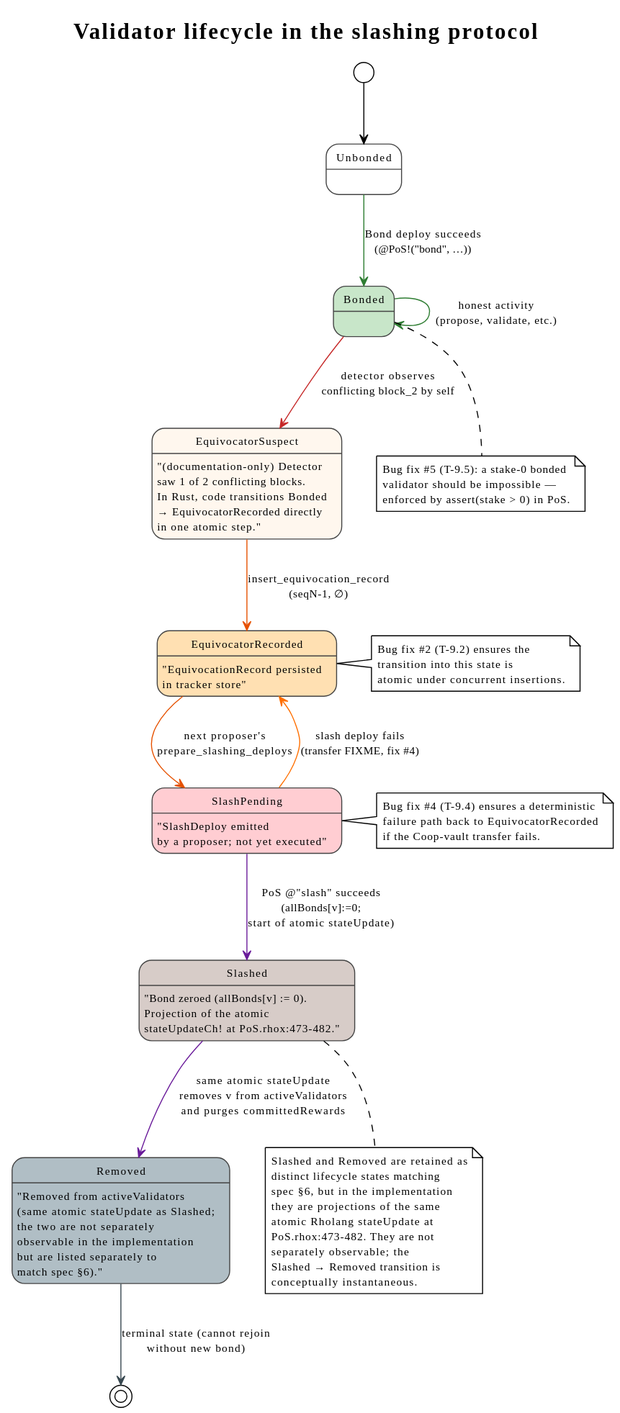
Before: docs/theory/slashing/diagrams/06-state-validator-lifecycle.svg, a diagram exported from PlantUML (F1R3FLY-io/f1r3node-rust).
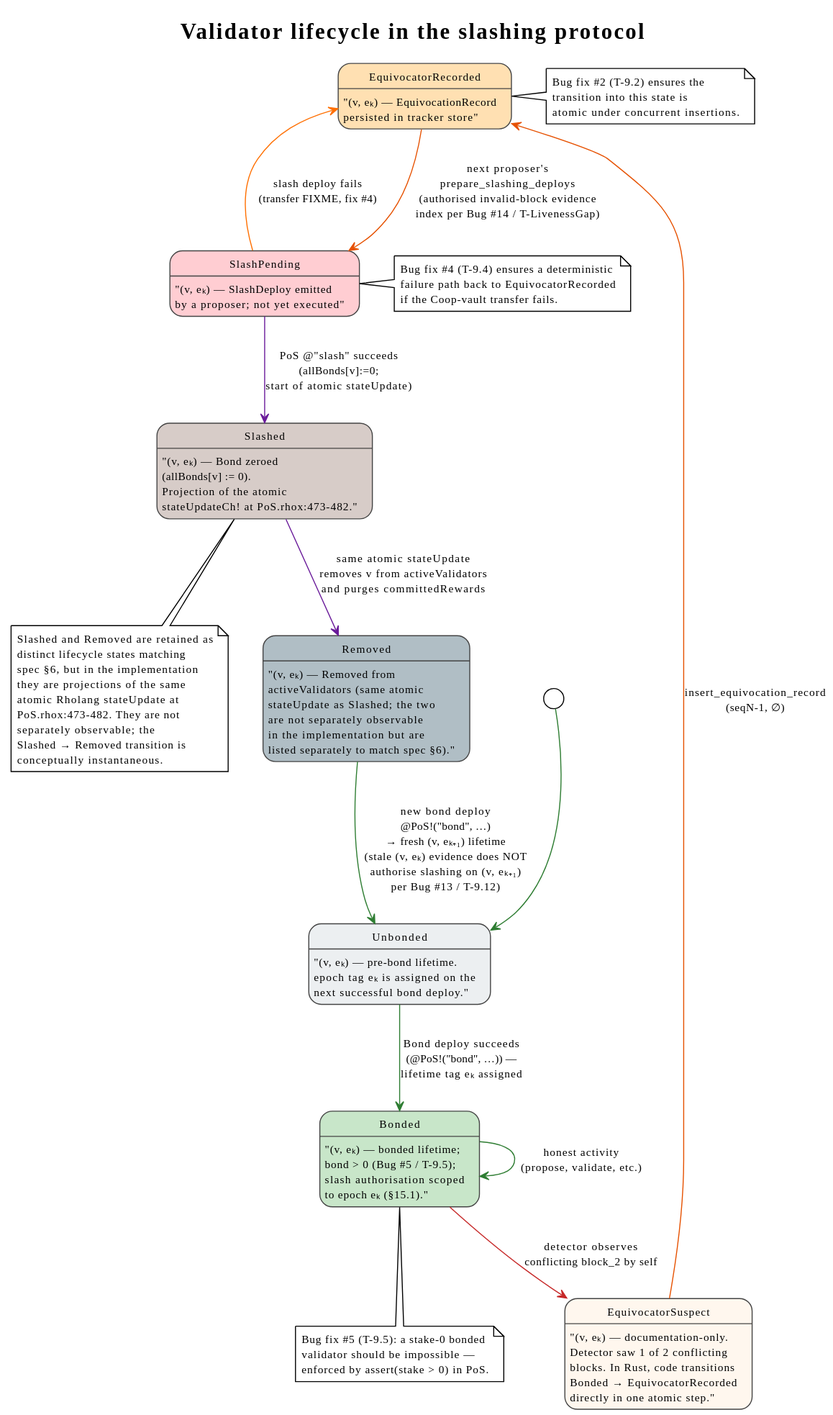
The same file after the commit.

The edit, as a diff of the source:
```diff
@@ -2,6 +2,7 @@
 !theme plain
 
 skinparam state {
+  BackgroundColor<<unbonded>>   #ECEFF1
   BackgroundColor<<bonded>>     #C8E6C9
   BackgroundColor<<suspect>>    #FFF7EE
   BackgroundColor<<recorded>>   #FFE0B2
@@ -16,29 +17,30 @@
 title Validator lifecycle in the slashing protocol
 
 
-[*] --> Unbonded
+[*] -[#2E7D32]-> Unbonded
 
-state Unbonded
-state Bonded            <<bonded>>
-state EquivocatorSuspect <<suspect>>    : "(documentation-only) Detector\nsaw 1 of 2 conflicting blocks.\nIn Rust, code transitions Bonded\n→ EquivocatorRecorded directly\nin one atomic step."
-state EquivocatorRecorded <<recorded>>  : "EquivocationRecord persisted\nin tracker store"
-state SlashPending      <<pending>>     : "SlashDeploy emitted\nby a proposer; not yet executed"
-state Slashed           <<slashed>>     : "Bond zeroed (allBonds[v] := 0).\nProjection of the atomic\nstateUpdateCh! at PoS.rhox:473-482."
-state Removed           <<removed>>     : "Removed from activeValidators\n(same atomic stateUpdate as Slashed;\nthe two are not separately\nobservable in the implementation\nbut are listed separately to\nmatch spec §6)."
+state Unbonded          <<unbonded>>    : "(v, eₖ) — pre-bond lifetime.\nepoch tag eₖ is assigned on the\nnext successful bond deploy."
+state Bonded            <<bonded>>      : "(v, eₖ) — bonded lifetime;\nbond > 0 (Bug #5 / T-9.5);\nslash authorisation scoped\nto epoch eₖ (§15.1)."
+state EquivocatorSuspect <<suspect>>    : "(v, eₖ) — documentation-only.\nDetector saw 1 of 2 conflicting\nblocks. In Rust, code transitions\nBonded → EquivocatorRecorded\ndirectly in one atomic step."
+state EquivocatorRecorded <<recorded>>  : "(v, eₖ) — EquivocationRecord\npersisted in tracker store"
+state SlashPending      <<pending>>     : "(v, eₖ) — SlashDeploy emitted\nby a proposer; not yet executed"
+state Slashed           <<slashed>>     : "(v, eₖ) — Bond zeroed\n(allBonds[v] := 0).\nProjection of the atomic\nstateUpdateCh! at PoS.rhox:473-482."
+state Removed           <<removed>>     : "(v, eₖ) — Removed from\nactiveValidators (same atomic\nstateUpdate as Slashed; the two\nare not separately observable\nin the implementation but are\nlisted separately to match spec §6)."
 
-Unbonded -[#2E7D32]-> Bonded : Bond deploy succeeds\n(@PoS!("bond", …))
-Bonded   -[#2E7D32]-> Bonded : honest activity\n(propose, validate, etc.)
+Unbonded -[#2E7D32]-> Bonded : Bond deploy succeeds\n(@PoS!("bond", …)) —\nlifetime tag eₖ assigned
+
+Bonded -[#2E7D32]-> Bonded : honest activity\n(propose, validate, etc.)
 
 Bonded            -[#C62828]-> EquivocatorSuspect : detector observes\nconflicting block_2 by self
 EquivocatorSuspect -[#E65100]-> EquivocatorRecorded : insert_equivocation_record\n(seqN-1, ∅)
 
-EquivocatorRecorded -[#E65100]-> SlashPending : next proposer's\nprepare_slashing_deploys
+EquivocatorRecorded -[#E65100]-> SlashPending : next proposer's\nprepare_slashing_deploys\n(authorised invalid-block evidence\nindex per Bug #14 / T-LivenessGap)
 
 SlashPending -[#6A1B9A]-> Slashed : PoS @"slash" succeeds\n(allBonds[v]:=0;\nstart of atomic stateUpdate)
 Slashed      -[#6A1B9A]-> Removed : same atomic stateUpdate\nremoves v from activeValidators\nand purges committedRewards
 SlashPending -[#FF6F00]-> EquivocatorRecorded : slash deploy fails\n(transfer FIXME, fix #4)
 
-Removed -[#37474F]-> [*] : terminal state (cannot rejoin\nwithout new bond)
+Removed -[#2E7D32]-> Unbonded : new bond deploy\n@PoS!("bond", …)\n→ fresh (v, eₖ₊₁) lifetime\n(stale (v, eₖ) evidence does NOT\nauthorise slashing on (v, eₖ₊₁)\nper Bug #13 / T-9.12)
 
 note right of EquivocatorRecorded
   Bug fix #2 (T-9.2) ensures the
```
